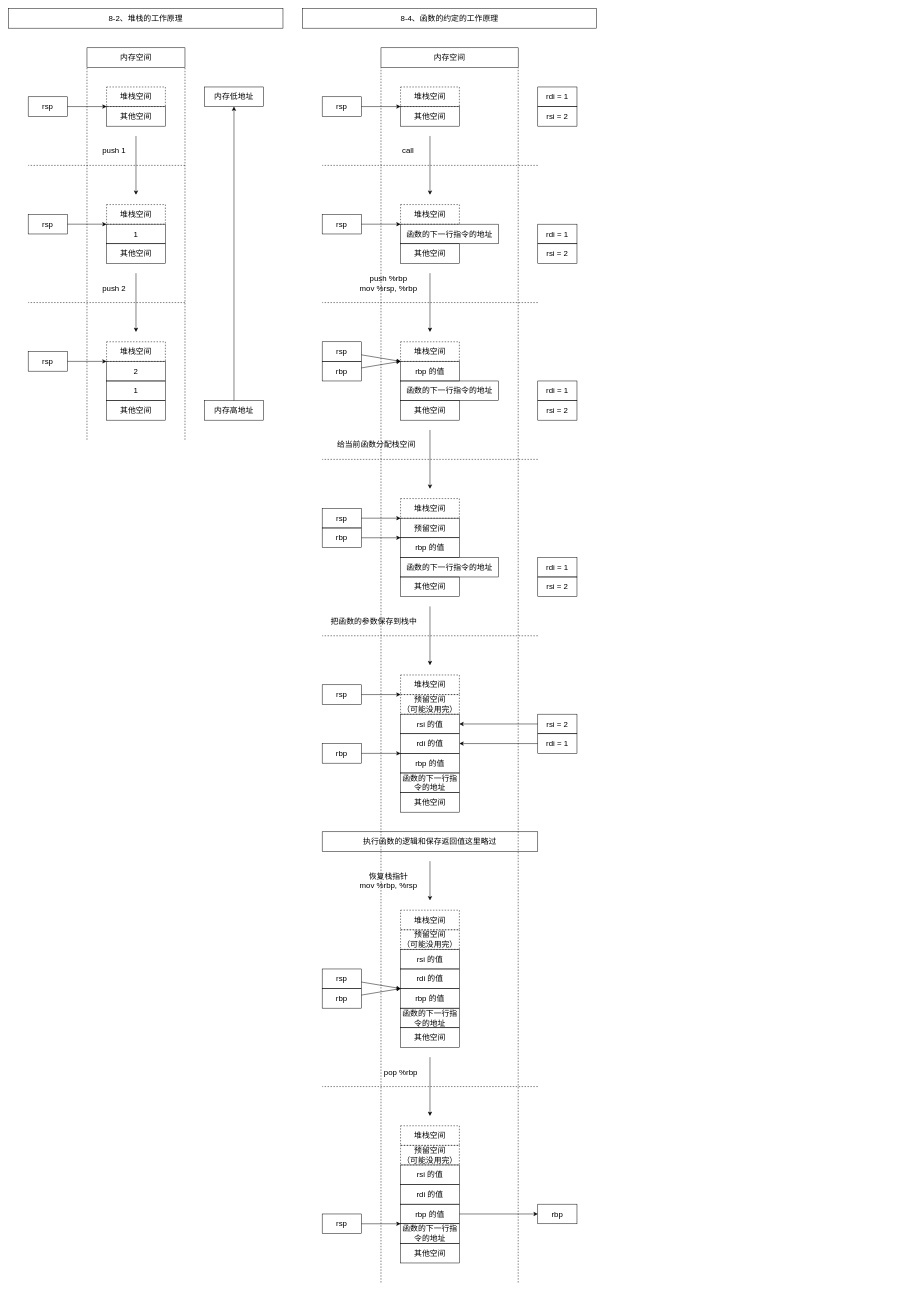
This is drawio/computer-science/programming-language/assembly/assembly.drawio from KelipuTe/note, a draw.io file, before an edit. Source tidied: cells renumbered, new cells numbered last; positions are measured from the earlier drawing's top-left corner, leaving out a move shared by most shapes. Both pictures are drawn from the tidied source at 49%, with x=0, y=0 at pixel (8, 8).
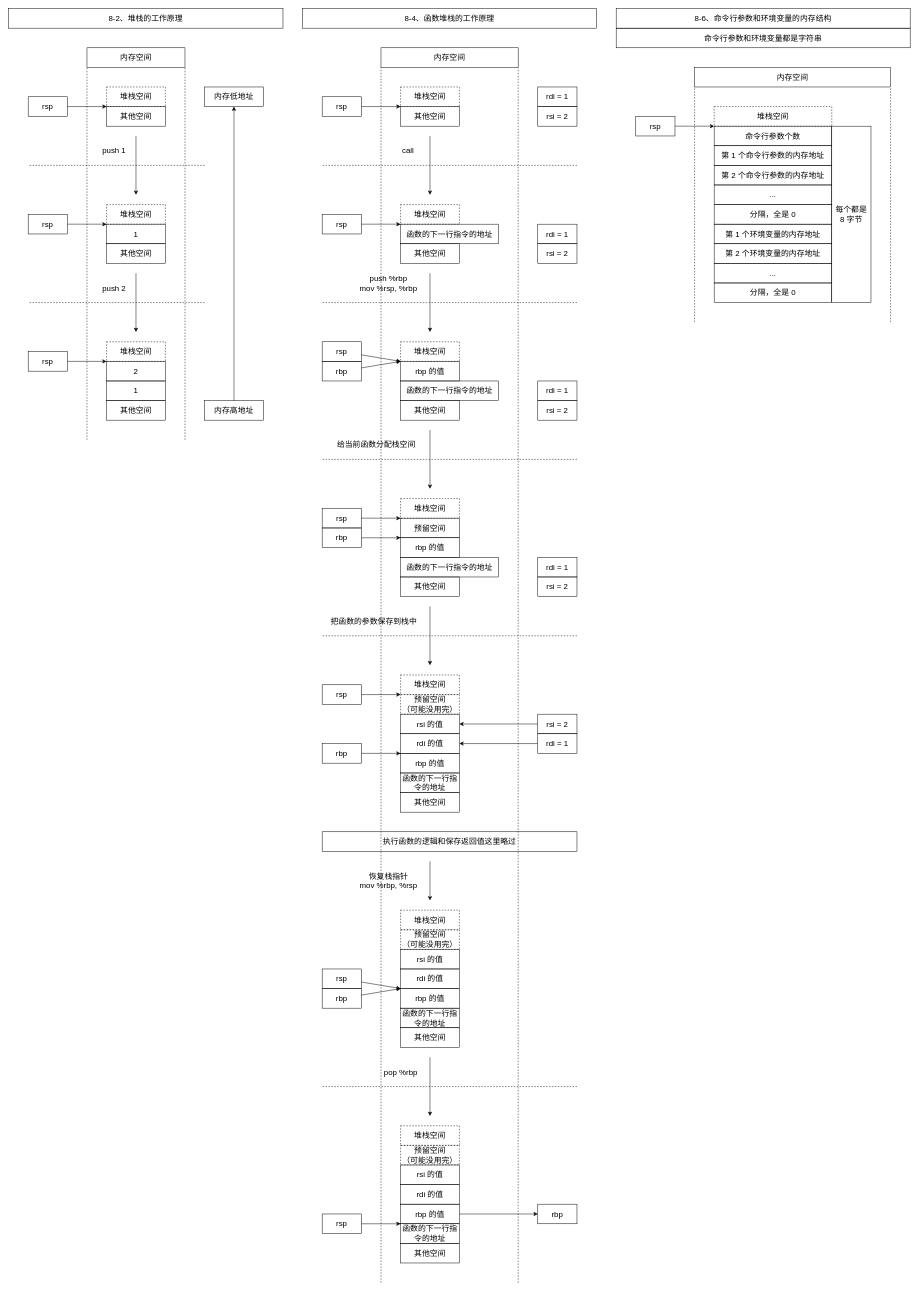
Above is the later version.

Commit message (it also covers changes not shown here):
review, assembly, move data, process control, function, library

The edit, as a diff of the source:
```diff
@@
     <mxCell id="26" style="endArrow=none;dashed=1;html=1;rounded=0;fontSize=16;" parent="1" edge="1">
       <mxGeometry relative="1" as="geometry">
-        <mxPoint x="360" y="320" as="sourcePoint" />
+        <mxPoint x="400" y="320" as="sourcePoint" />
         <mxPoint x="40" y="320" as="targetPoint" />
       </mxGeometry>
     </mxCell>
     <mxCell id="27" style="endArrow=none;dashed=1;html=1;rounded=0;fontSize=16;" parent="1" edge="1">
       <mxGeometry relative="1" as="geometry">
-        <mxPoint x="360" y="600" as="sourcePoint" />
+        <mxPoint x="400" y="600" as="sourcePoint" />
         <mxPoint x="40" y="600" as="targetPoint" />
       </mxGeometry>
     </mxCell>
@@
-    <mxCell id="30" value="8-4、函数的约定的工作原理" style="rounded=0;whiteSpace=wrap;html=1;fillColor=none;fontSize=16;" parent="1" vertex="1">
+    <mxCell id="30" value="8-4、函数堆栈的工作原理" style="rounded=0;whiteSpace=wrap;html=1;fillColor=none;fontSize=16;" parent="1" vertex="1">
       <mxGeometry x="600" width="600" height="40" as="geometry" />
     </mxCell>
@@
     <mxCell id="47" style="endArrow=none;dashed=1;html=1;rounded=0;fontSize=16;" parent="1" edge="1">
       <mxGeometry relative="1" as="geometry">
-        <mxPoint x="1080" y="320" as="sourcePoint" />
+        <mxPoint x="1160" y="320" as="sourcePoint" />
         <mxPoint x="640" y="320" as="targetPoint" />
       </mxGeometry>
     </mxCell>
@@
     <mxCell id="78" style="endArrow=none;dashed=1;html=1;rounded=0;fontSize=16;" parent="1" edge="1">
       <mxGeometry relative="1" as="geometry">
-        <mxPoint x="1080" y="600" as="sourcePoint" />
+        <mxPoint x="1160" y="600" as="sourcePoint" />
         <mxPoint x="640" y="600" as="targetPoint" />
       </mxGeometry>
     </mxCell>
@@
     <mxCell id="83" style="endArrow=none;dashed=1;html=1;rounded=0;fontSize=16;" parent="1" edge="1">
       <mxGeometry relative="1" as="geometry">
-        <mxPoint x="1080" y="920" as="sourcePoint" />
+        <mxPoint x="1160" y="920" as="sourcePoint" />
         <mxPoint x="640" y="920" as="targetPoint" />
       </mxGeometry>
     </mxCell>
@@
     <mxCell id="91" style="endArrow=none;dashed=1;html=1;rounded=0;fontSize=16;" parent="1" edge="1">
       <mxGeometry relative="1" as="geometry">
-        <mxPoint x="1080" y="1280" as="sourcePoint" />
+        <mxPoint x="1160" y="1280" as="sourcePoint" />
         <mxPoint x="640" y="1280" as="targetPoint" />
       </mxGeometry>
     </mxCell>
@@
     <mxCell id="94" style="endArrow=none;dashed=1;html=1;rounded=0;fontSize=16;" parent="1" edge="1">
       <mxGeometry relative="1" as="geometry">
-        <mxPoint x="1080" y="2200" as="sourcePoint" />
+        <mxPoint x="1160" y="2200" as="sourcePoint" />
         <mxPoint x="640" y="2200" as="targetPoint" />
       </mxGeometry>
     </mxCell>
@@
     <mxCell id="113" value="&lt;span&gt;执行函数的逻辑和保存返回值这里略过&lt;/span&gt;" style="rounded=0;whiteSpace=wrap;html=1;fillColor=none;fontSize=16;" parent="1" vertex="1">
-      <mxGeometry x="640" y="1680" width="440" height="40" as="geometry" />
+      <mxGeometry x="640" y="1680" width="520" height="40" as="geometry" />
     </mxCell>
@@
+    <mxCell id="123" value="8-6、命令行参数和环境变量的内存结构&lt;br&gt;" style="rounded=0;whiteSpace=wrap;html=1;fillColor=none;fontSize=16;" parent="1" vertex="1">
+      <mxGeometry x="1240" width="600" height="40" as="geometry" />
+    </mxCell>
+    <mxCell id="124" value="内存空间" style="rounded=0;whiteSpace=wrap;html=1;fillColor=none;fontSize=16;" parent="1" vertex="1">
+      <mxGeometry x="1400" y="120" width="400" height="40" as="geometry" />
+    </mxCell>
+    <mxCell id="125" value="命令行参数个数" style="rounded=0;whiteSpace=wrap;html=1;fillColor=none;fontSize=16;" parent="1" vertex="1">
+      <mxGeometry x="1440" y="240" width="240" height="40" as="geometry" />
+    </mxCell>
+    <mxCell id="126" style="endArrow=classic;html=1;rounded=0;fontSize=16;" parent="1" edge="1" source="127">
+      <mxGeometry relative="1" as="geometry">
+        <mxPoint x="1440" y="240" as="targetPoint" />
+      </mxGeometry>
+    </mxCell>
+    <mxCell id="127" value="rsp" style="rounded=0;whiteSpace=wrap;html=1;fillColor=none;fontSize=16;" parent="1" vertex="1">
+      <mxGeometry x="1280" y="220" width="80" height="40" as="geometry" />
+    </mxCell>
+    <mxCell id="128" value="堆栈空间" style="rounded=0;whiteSpace=wrap;html=1;fillColor=none;dashed=1;fontSize=16;" parent="1" vertex="1">
+      <mxGeometry x="1440" y="200" width="240" height="40" as="geometry" />
+    </mxCell>
+    <mxCell id="129" value="第 1 个命令行参数的内存地址" style="rounded=0;whiteSpace=wrap;html=1;fillColor=none;fontSize=16;" parent="1" vertex="1">
+      <mxGeometry x="1440" y="280" width="240" height="40" as="geometry" />
+    </mxCell>
+    <mxCell id="130" value="&lt;span&gt;命令行参数和环境变量都是字符串&lt;/span&gt;" style="rounded=0;whiteSpace=wrap;html=1;fillColor=none;fontSize=16;" parent="1" vertex="1">
+      <mxGeometry x="1240" y="40" width="600" height="40" as="geometry" />
+    </mxCell>
+    <mxCell id="131" value="第 2 个命令行参数的内存地址" style="rounded=0;whiteSpace=wrap;html=1;fillColor=none;fontSize=16;" parent="1" vertex="1">
+      <mxGeometry x="1440" y="320" width="240" height="40" as="geometry" />
+    </mxCell>
+    <mxCell id="132" value="分隔，全是 0" style="rounded=0;whiteSpace=wrap;html=1;fillColor=none;fontSize=16;" parent="1" vertex="1">
+      <mxGeometry x="1440" y="400" width="240" height="40" as="geometry" />
+    </mxCell>
+    <mxCell id="133" value="第 1 个环境变量的内存地址" style="rounded=0;whiteSpace=wrap;html=1;fillColor=none;fontSize=16;" parent="1" vertex="1">
+      <mxGeometry x="1440" y="440" width="240" height="40" as="geometry" />
+    </mxCell>
+    <mxCell id="134" value="第 2 个环境变量的内存地址" style="rounded=0;whiteSpace=wrap;html=1;fillColor=none;fontSize=16;" parent="1" vertex="1">
+      <mxGeometry x="1440" y="480" width="240" height="40" as="geometry" />
+    </mxCell>
+    <mxCell id="135" value="分隔，全是 0" style="rounded=0;whiteSpace=wrap;html=1;fillColor=none;fontSize=16;" parent="1" vertex="1">
+      <mxGeometry x="1440" y="560" width="240" height="40" as="geometry" />
+    </mxCell>
+    <mxCell id="136" value="每个都是&lt;br&gt;8 字节" style="rounded=0;whiteSpace=wrap;html=1;fillColor=none;fontSize=16;" parent="1" vertex="1">
+      <mxGeometry x="1680" y="240" width="80" height="360" as="geometry" />
+    </mxCell>
+    <mxCell id="137" value="..." style="rounded=0;whiteSpace=wrap;html=1;fillColor=none;fontSize=16;" parent="1" vertex="1">
+      <mxGeometry x="1440" y="520" width="240" height="40" as="geometry" />
+    </mxCell>
+    <mxCell id="138" value="..." style="rounded=0;whiteSpace=wrap;html=1;fillColor=none;fontSize=16;" parent="1" vertex="1">
+      <mxGeometry x="1440" y="360" width="240" height="40" as="geometry" />
+    </mxCell>
+    <mxCell id="139" style="endArrow=none;dashed=1;html=1;rounded=0;fontSize=16;" parent="1" edge="1">
+      <mxGeometry relative="1" as="geometry">
+        <mxPoint x="1400" y="640" as="sourcePoint" />
+        <mxPoint x="1400" y="160" as="targetPoint" />
+      </mxGeometry>
+    </mxCell>
+    <mxCell id="140" style="endArrow=none;dashed=1;html=1;rounded=0;fontSize=16;" parent="1" edge="1">
+      <mxGeometry relative="1" as="geometry">
+        <mxPoint x="1800" y="640" as="sourcePoint" />
+        <mxPoint x="1800" y="160" as="targetPoint" />
+      </mxGeometry>
+    </mxCell>
```
